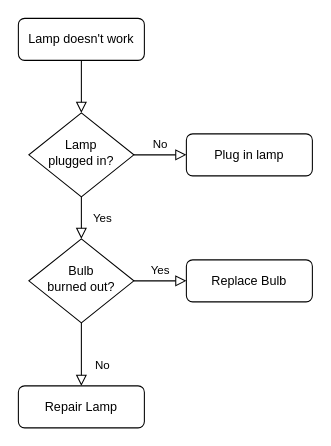
Above: Diagram Tanpa Judul.drawio in Lordfroze/flowchart (draw.io), before the change. Source tidied: cells renumbered, new cells numbered last; positions are measured from the earlier drawing's top-left corner, leaving out a move shared by most shapes. Both pictures are drawn from the tidied source at 105%, with x=0, y=0 at pixel (18, 18).
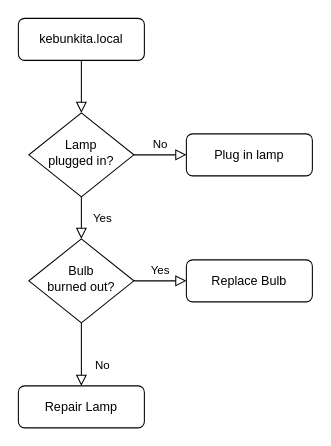
The same diagram, later.

Commit message:
Kebun Kita

Diff of the diagram source:
```diff
@@
 <mxGraphModel>
   <root>
     <mxCell id="0" />
     <mxCell id="1" parent="0" />
     <mxCell id="2" style="rounded=0;html=1;jettySize=auto;fontSize=11;endArrow=block;endFill=0;endSize=8;strokeWidth=1;shadow=0;labelBackgroundColor=none;edgeStyle=orthogonalEdgeStyle;" parent="1" edge="1" source="3" target="6">
       <mxGeometry relative="1" as="geometry" />
     </mxCell>
-    <mxCell id="3" value="Lamp doesn't work" style="rounded=1;whiteSpace=wrap;html=1;fontSize=12;glass=0;strokeWidth=1;shadow=0;" parent="1" vertex="1">
+    <mxCell id="3" value="kebunkita.local" style="rounded=1;whiteSpace=wrap;html=1;fontSize=12;glass=0;strokeWidth=1;shadow=0;" parent="1" vertex="1">
       <mxGeometry width="120" height="40" as="geometry" />
     </mxCell>
     <mxCell id="4" value="Yes" style="rounded=0;html=1;jettySize=auto;fontSize=11;endArrow=block;endFill=0;endSize=8;strokeWidth=1;shadow=0;labelBackgroundColor=none;edgeStyle=orthogonalEdgeStyle;" parent="1" edge="1" source="6" target="10">
       <mxGeometry y="20" relative="1" as="geometry" />
     </mxCell>
     <mxCell id="5" value="No" style="edgeStyle=orthogonalEdgeStyle;rounded=0;html=1;jettySize=auto;fontSize=11;endArrow=block;endFill=0;endSize=8;strokeWidth=1;shadow=0;labelBackgroundColor=none;" parent="1" edge="1" source="6" target="7">
       <mxGeometry y="10" relative="1" as="geometry" />
     </mxCell>
     <mxCell id="6" value="Lamp&lt;br&gt;plugged in?" style="rhombus;whiteSpace=wrap;html=1;shadow=0;fontFamily=Helvetica;fontSize=12;align=center;strokeWidth=1;spacing=6;spacingTop=-4;" parent="1" vertex="1">
       <mxGeometry x="10" y="90" width="100" height="80" as="geometry" />
     </mxCell>
     <mxCell id="7" value="Plug in lamp" style="rounded=1;whiteSpace=wrap;html=1;fontSize=12;glass=0;strokeWidth=1;shadow=0;" parent="1" vertex="1">
       <mxGeometry x="160" y="110" width="120" height="40" as="geometry" />
     </mxCell>
     <mxCell id="8" value="No" style="rounded=0;html=1;jettySize=auto;fontSize=11;endArrow=block;endFill=0;endSize=8;strokeWidth=1;shadow=0;labelBackgroundColor=none;edgeStyle=orthogonalEdgeStyle;" parent="1" edge="1" source="10" target="11">
       <mxGeometry x="0.33" y="20" relative="1" as="geometry" />
     </mxCell>
     <mxCell id="9" value="Yes" style="edgeStyle=orthogonalEdgeStyle;rounded=0;html=1;jettySize=auto;fontSize=11;endArrow=block;endFill=0;endSize=8;strokeWidth=1;shadow=0;labelBackgroundColor=none;" parent="1" edge="1" source="10" target="12">
       <mxGeometry y="10" relative="1" as="geometry" />
     </mxCell>
     <mxCell id="10" value="Bulb&lt;br&gt;burned out?" style="rhombus;whiteSpace=wrap;html=1;shadow=0;fontFamily=Helvetica;fontSize=12;align=center;strokeWidth=1;spacing=6;spacingTop=-4;" parent="1" vertex="1">
       <mxGeometry x="10" y="210" width="100" height="80" as="geometry" />
     </mxCell>
     <mxCell id="11" value="Repair Lamp" style="rounded=1;whiteSpace=wrap;html=1;fontSize=12;glass=0;strokeWidth=1;shadow=0;" parent="1" vertex="1">
       <mxGeometry y="350" width="120" height="40" as="geometry" />
     </mxCell>
     <mxCell id="12" value="Replace Bulb" style="rounded=1;whiteSpace=wrap;html=1;fontSize=12;glass=0;strokeWidth=1;shadow=0;" parent="1" vertex="1">
       <mxGeometry x="160" y="230" width="120" height="40" as="geometry" />
     </mxCell>
   </root>
 </mxGraphModel>
```
